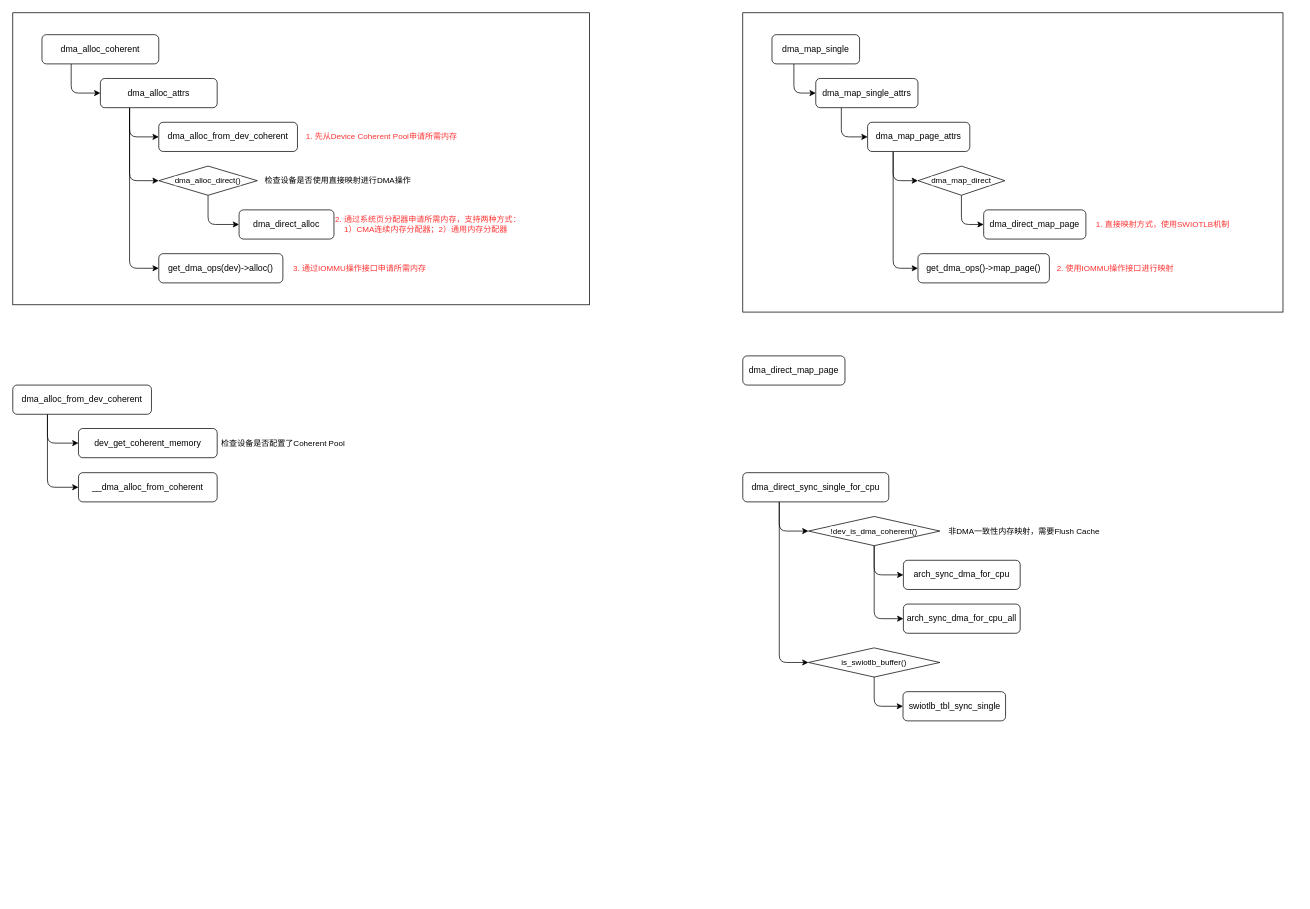
The draw.io diagram page "DMA" (1 of 4) of linux/linux-driver.drawio in Aspiresky/draw.io, before the edit. Source tidied: cells renumbered, new cells numbered last; positions are measured from the earlier drawing's top-left corner, leaving out a move shared by most shapes. Both pictures are drawn from the tidied source at 73%, with x=0, y=0 at pixel (12, 12).
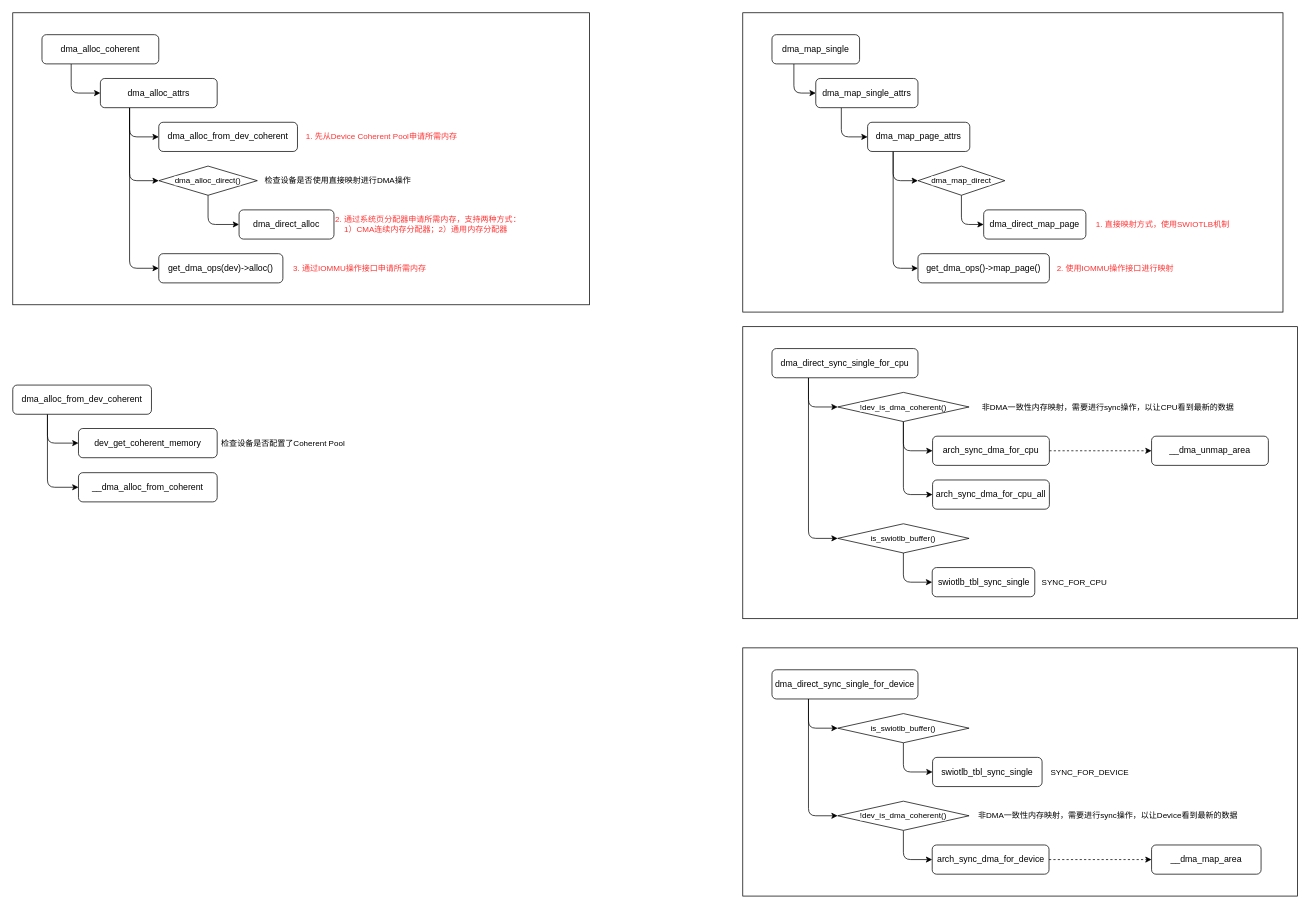
After the change.

What changed in the source:
```diff
@@
-    <mxCell id="8" value="dma_direct_map_page" style="rounded=1;whiteSpace=wrap;html=1;" parent="1" vertex="1">
-      <mxGeometry x="1000" y="470" width="140" height="40" as="geometry" />
-    </mxCell>
@@
-    <mxCell id="39" style="edgeStyle=orthogonalEdgeStyle;rounded=1;jettySize=auto;html=1;exitX=0.25;exitY=1;exitDx=0;exitDy=0;entryX=0;entryY=0.5;entryDx=0;entryDy=0;strokeColor=default;align=center;verticalAlign=middle;fontFamily=Helvetica;fontSize=11;fontColor=default;labelBackgroundColor=default;endArrow=classic;" parent="1" edge="1" source="41" target="45">
-      <mxGeometry relative="1" as="geometry" />
-    </mxCell>
-    <mxCell id="40" style="edgeStyle=orthogonalEdgeStyle;rounded=1;jettySize=auto;html=1;exitX=0.25;exitY=1;exitDx=0;exitDy=0;entryX=0;entryY=0.5;entryDx=0;entryDy=0;strokeColor=default;align=center;verticalAlign=middle;fontFamily=Helvetica;fontSize=11;fontColor=default;labelBackgroundColor=default;endArrow=classic;" parent="1" edge="1" source="41" target="49">
-      <mxGeometry relative="1" as="geometry" />
-    </mxCell>
+    <mxCell id="51" style="rounded=0;whiteSpace=wrap;html=1;fontFamily=Helvetica;fontSize=11;fontColor=default;labelBackgroundColor=default;" parent="1" vertex="1">
+      <mxGeometry x="1000" y="430" width="760" height="400" as="geometry" />
+    </mxCell>
+    <mxCell id="52" style="edgeStyle=orthogonalEdgeStyle;rounded=1;jettySize=auto;html=1;exitX=0.25;exitY=1;exitDx=0;exitDy=0;entryX=0;entryY=0.5;entryDx=0;entryDy=0;strokeColor=default;align=center;verticalAlign=middle;fontFamily=Helvetica;fontSize=11;fontColor=default;labelBackgroundColor=default;endArrow=classic;" parent="1" edge="1" source="41" target="57">
+      <mxGeometry relative="1" as="geometry" />
+    </mxCell>
+    <mxCell id="53" style="edgeStyle=orthogonalEdgeStyle;rounded=1;jettySize=auto;html=1;exitX=0.25;exitY=1;exitDx=0;exitDy=0;entryX=0;entryY=0.5;entryDx=0;entryDy=0;strokeColor=default;align=center;verticalAlign=middle;fontFamily=Helvetica;fontSize=11;fontColor=default;labelBackgroundColor=default;endArrow=classic;" parent="1" edge="1" source="41" target="60">
+      <mxGeometry relative="1" as="geometry" />
+    </mxCell>
     <mxCell id="41" value="dma_direct_sync_single_for_cpu" style="rounded=1;whiteSpace=wrap;html=1;" parent="1" vertex="1">
-      <mxGeometry x="1000" y="630" width="200" height="40" as="geometry" />
+      <mxGeometry x="1040" y="460" width="200" height="40" as="geometry" />
     </mxCell>
+    <mxCell id="54" style="edgeStyle=orthogonalEdgeStyle;rounded=1;jettySize=auto;html=1;exitX=1;exitY=0.5;exitDx=0;exitDy=0;entryX=0;entryY=0.5;entryDx=0;entryDy=0;strokeColor=default;align=center;verticalAlign=middle;fontFamily=Helvetica;fontSize=11;fontColor=default;labelBackgroundColor=default;endArrow=classic;dashed=1;" parent="1" edge="1" source="42" target="62">
+      <mxGeometry relative="1" as="geometry" />
+    </mxCell>
     <mxCell id="42" value="arch_sync_dma_for_cpu" style="rounded=1;whiteSpace=wrap;html=1;" parent="1" vertex="1">
-      <mxGeometry x="1220" y="750" width="160" height="40" as="geometry" />
+      <mxGeometry x="1260" y="580" width="160" height="40" as="geometry" />
     </mxCell>
-    <mxCell id="43" style="edgeStyle=orthogonalEdgeStyle;rounded=1;jettySize=auto;html=1;exitX=0.5;exitY=1;exitDx=0;exitDy=0;entryX=0;entryY=0.5;entryDx=0;entryDy=0;strokeColor=default;align=center;verticalAlign=middle;fontFamily=Helvetica;fontSize=11;fontColor=default;labelBackgroundColor=default;endArrow=classic;" parent="1" edge="1" source="45" target="42">
-      <mxGeometry relative="1" as="geometry" />
-    </mxCell>
-    <mxCell id="44" style="edgeStyle=orthogonalEdgeStyle;rounded=1;jettySize=auto;html=1;exitX=0.5;exitY=1;exitDx=0;exitDy=0;entryX=0;entryY=0.5;entryDx=0;entryDy=0;strokeColor=default;align=center;verticalAlign=middle;fontFamily=Helvetica;fontSize=11;fontColor=default;labelBackgroundColor=default;endArrow=classic;" parent="1" edge="1" source="45" target="47">
-      <mxGeometry relative="1" as="geometry" />
-    </mxCell>
-    <mxCell id="45" value="!dev_is_dma_coherent()" style="rhombus;whiteSpace=wrap;html=1;fontFamily=Helvetica;fontSize=11;fontColor=default;labelBackgroundColor=default;" parent="1" vertex="1">
-      <mxGeometry x="1090" y="690" width="180" height="40" as="geometry" />
-    </mxCell>
-    <mxCell id="46" value="非DMA一致性内存映射，需要Flush Cache" style="text;html=1;align=center;verticalAlign=middle;strokeColor=none;fillColor=none;fontFamily=Helvetica;fontSize=11;fontColor=default;labelBackgroundColor=default;" parent="1" vertex="1">
-      <mxGeometry x="1270" y="695" width="230" height="30" as="geometry" />
-    </mxCell>
+    <mxCell id="55" style="edgeStyle=orthogonalEdgeStyle;rounded=1;jettySize=auto;html=1;exitX=0.5;exitY=1;exitDx=0;exitDy=0;entryX=0;entryY=0.5;entryDx=0;entryDy=0;strokeColor=default;align=center;verticalAlign=middle;fontFamily=Helvetica;fontSize=11;fontColor=default;labelBackgroundColor=default;endArrow=classic;" parent="1" edge="1" source="57" target="42">
+      <mxGeometry relative="1" as="geometry" />
+    </mxCell>
+    <mxCell id="56" style="edgeStyle=orthogonalEdgeStyle;rounded=1;jettySize=auto;html=1;exitX=0.5;exitY=1;exitDx=0;exitDy=0;entryX=0;entryY=0.5;entryDx=0;entryDy=0;strokeColor=default;align=center;verticalAlign=middle;fontFamily=Helvetica;fontSize=11;fontColor=default;labelBackgroundColor=default;endArrow=classic;" parent="1" edge="1" source="57" target="47">
+      <mxGeometry relative="1" as="geometry" />
+    </mxCell>
+    <mxCell id="57" value="!dev_is_dma_coherent()" style="rhombus;whiteSpace=wrap;html=1;fontFamily=Helvetica;fontSize=11;fontColor=default;labelBackgroundColor=default;" parent="1" vertex="1">
+      <mxGeometry x="1130" y="520" width="180" height="40" as="geometry" />
+    </mxCell>
+    <mxCell id="58" value="非DMA一致性内存映射，需要进行sync操作，以让CPU看到最新的数据" style="text;html=1;align=center;verticalAlign=middle;strokeColor=none;fillColor=none;fontFamily=Helvetica;fontSize=11;fontColor=default;labelBackgroundColor=default;" parent="1" vertex="1">
+      <mxGeometry x="1315" y="525" width="370" height="30" as="geometry" />
+    </mxCell>
     <mxCell id="47" value="arch_sync_dma_for_cpu_all" style="rounded=1;whiteSpace=wrap;html=1;" parent="1" vertex="1">
-      <mxGeometry x="1220" y="810" width="160" height="40" as="geometry" />
+      <mxGeometry x="1260" y="640" width="160" height="40" as="geometry" />
     </mxCell>
-    <mxCell id="48" style="edgeStyle=orthogonalEdgeStyle;rounded=1;jettySize=auto;html=1;exitX=0.5;exitY=1;exitDx=0;exitDy=0;entryX=0;entryY=0.5;entryDx=0;entryDy=0;strokeColor=default;align=center;verticalAlign=middle;fontFamily=Helvetica;fontSize=11;fontColor=default;labelBackgroundColor=default;endArrow=classic;" parent="1" edge="1" source="49" target="50">
-      <mxGeometry relative="1" as="geometry" />
-    </mxCell>
-    <mxCell id="49" value="is_swiotlb_buffer()" style="rhombus;whiteSpace=wrap;html=1;fontFamily=Helvetica;fontSize=11;fontColor=default;labelBackgroundColor=default;" parent="1" vertex="1">
-      <mxGeometry x="1090" y="870" width="180" height="40" as="geometry" />
-    </mxCell>
-    <mxCell id="50" value="swiotlb_tbl_sync_single" style="rounded=1;whiteSpace=wrap;html=1;" parent="1" vertex="1">
-      <mxGeometry x="1219.5" y="930" width="140.5" height="40" as="geometry" />
-    </mxCell>
+    <mxCell id="59" style="edgeStyle=orthogonalEdgeStyle;rounded=1;jettySize=auto;html=1;exitX=0.5;exitY=1;exitDx=0;exitDy=0;entryX=0;entryY=0.5;entryDx=0;entryDy=0;strokeColor=default;align=center;verticalAlign=middle;fontFamily=Helvetica;fontSize=11;fontColor=default;labelBackgroundColor=default;endArrow=classic;" parent="1" edge="1" source="60" target="61">
+      <mxGeometry relative="1" as="geometry" />
+    </mxCell>
+    <mxCell id="60" value="is_swiotlb_buffer()" style="rhombus;whiteSpace=wrap;html=1;fontFamily=Helvetica;fontSize=11;fontColor=default;labelBackgroundColor=default;" parent="1" vertex="1">
+      <mxGeometry x="1130" y="700" width="180" height="40" as="geometry" />
+    </mxCell>
+    <mxCell id="61" value="swiotlb_tbl_sync_single" style="rounded=1;whiteSpace=wrap;html=1;" parent="1" vertex="1">
+      <mxGeometry x="1259.5" y="760" width="140.5" height="40" as="geometry" />
+    </mxCell>
+    <mxCell id="62" value="__dma_unmap_area" style="rounded=1;whiteSpace=wrap;html=1;" parent="1" vertex="1">
+      <mxGeometry x="1560" y="580" width="160" height="40" as="geometry" />
+    </mxCell>
+    <mxCell id="63" value="SYNC_FOR_CPU" style="text;html=1;align=center;verticalAlign=middle;strokeColor=none;fillColor=none;fontFamily=Helvetica;fontSize=11;fontColor=default;labelBackgroundColor=default;" parent="1" vertex="1">
+      <mxGeometry x="1399" y="765" width="110" height="30" as="geometry" />
+    </mxCell>
+    <mxCell id="64" style="rounded=0;whiteSpace=wrap;html=1;fontFamily=Helvetica;fontSize=11;fontColor=default;labelBackgroundColor=default;" parent="1" vertex="1">
+      <mxGeometry x="1000" y="870" width="760" height="340" as="geometry" />
+    </mxCell>
+    <mxCell id="65" style="edgeStyle=orthogonalEdgeStyle;rounded=1;jettySize=auto;html=1;exitX=0.25;exitY=1;exitDx=0;exitDy=0;entryX=0;entryY=0.5;entryDx=0;entryDy=0;strokeColor=default;align=center;verticalAlign=middle;fontFamily=Helvetica;fontSize=11;fontColor=default;labelBackgroundColor=default;endArrow=classic;" parent="1" edge="1" source="67" target="70">
+      <mxGeometry relative="1" as="geometry" />
+    </mxCell>
+    <mxCell id="66" style="edgeStyle=orthogonalEdgeStyle;rounded=1;jettySize=auto;html=1;exitX=0.25;exitY=1;exitDx=0;exitDy=0;entryX=0;entryY=0.5;entryDx=0;entryDy=0;strokeColor=default;align=center;verticalAlign=middle;fontFamily=Helvetica;fontSize=11;fontColor=default;labelBackgroundColor=default;endArrow=classic;" parent="1" edge="1" source="67" target="75">
+      <mxGeometry relative="1" as="geometry" />
+    </mxCell>
+    <mxCell id="67" value="dma_direct_sync_single_for_device" style="rounded=1;whiteSpace=wrap;html=1;" parent="1" vertex="1">
+      <mxGeometry x="1040" y="900" width="200" height="40" as="geometry" />
+    </mxCell>
+    <mxCell id="68" value="swiotlb_tbl_sync_single" style="rounded=1;whiteSpace=wrap;html=1;" parent="1" vertex="1">
+      <mxGeometry x="1260" y="1020" width="150" height="40" as="geometry" />
+    </mxCell>
+    <mxCell id="69" style="edgeStyle=orthogonalEdgeStyle;rounded=1;jettySize=auto;html=1;exitX=0.5;exitY=1;exitDx=0;exitDy=0;entryX=0;entryY=0.5;entryDx=0;entryDy=0;strokeColor=default;align=center;verticalAlign=middle;fontFamily=Helvetica;fontSize=11;fontColor=default;labelBackgroundColor=default;endArrow=classic;" parent="1" edge="1" source="70" target="68">
+      <mxGeometry relative="1" as="geometry" />
+    </mxCell>
+    <mxCell id="70" value="is_swiotlb_buffer()" style="rhombus;whiteSpace=wrap;html=1;fontFamily=Helvetica;fontSize=11;fontColor=default;labelBackgroundColor=default;" parent="1" vertex="1">
+      <mxGeometry x="1130" y="960" width="180" height="40" as="geometry" />
+    </mxCell>
+    <mxCell id="71" value="SYNC_FOR_DEVICE" style="text;html=1;align=center;verticalAlign=middle;strokeColor=none;fillColor=none;fontFamily=Helvetica;fontSize=11;fontColor=default;labelBackgroundColor=default;" parent="1" vertex="1">
+      <mxGeometry x="1410" y="1025" width="130" height="30" as="geometry" />
+    </mxCell>
+    <mxCell id="72" style="edgeStyle=orthogonalEdgeStyle;rounded=1;jettySize=auto;html=1;exitX=1;exitY=0.5;exitDx=0;exitDy=0;entryX=0.5;entryY=1;entryDx=0;entryDy=0;strokeColor=default;align=center;verticalAlign=middle;fontFamily=Helvetica;fontSize=11;fontColor=default;labelBackgroundColor=default;endArrow=classic;dashed=1;" parent="1" edge="1" source="73" target="77">
+      <mxGeometry relative="1" as="geometry" />
+    </mxCell>
+    <mxCell id="73" value="arch_sync_dma_for_device" style="rounded=1;whiteSpace=wrap;html=1;" parent="1" vertex="1">
+      <mxGeometry x="1259.5" y="1140" width="160" height="40" as="geometry" />
+    </mxCell>
+    <mxCell id="74" style="edgeStyle=orthogonalEdgeStyle;rounded=1;jettySize=auto;html=1;exitX=0.5;exitY=1;exitDx=0;exitDy=0;entryX=0;entryY=0.5;entryDx=0;entryDy=0;strokeColor=default;align=center;verticalAlign=middle;fontFamily=Helvetica;fontSize=11;fontColor=default;labelBackgroundColor=default;endArrow=classic;" parent="1" edge="1" source="75" target="73">
+      <mxGeometry relative="1" as="geometry" />
+    </mxCell>
+    <mxCell id="75" value="!dev_is_dma_coherent()" style="rhombus;whiteSpace=wrap;html=1;fontFamily=Helvetica;fontSize=11;fontColor=default;labelBackgroundColor=default;" parent="1" vertex="1">
+      <mxGeometry x="1130" y="1080" width="180" height="40" as="geometry" />
+    </mxCell>
+    <mxCell id="76" value="非DMA一致性内存映射，需要进行sync操作，以让Device看到最新的数据" style="text;html=1;align=center;verticalAlign=middle;strokeColor=none;fillColor=none;fontFamily=Helvetica;fontSize=11;fontColor=default;labelBackgroundColor=default;" parent="1" vertex="1">
+      <mxGeometry x="1310" y="1085" width="380" height="30" as="geometry" />
+    </mxCell>
+    <mxCell id="77" value="__dma_map_area" style="rounded=1;whiteSpace=wrap;html=1;direction=south;" parent="1" vertex="1">
+      <mxGeometry x="1560" y="1140" width="150" height="40" as="geometry" />
+    </mxCell>
```
